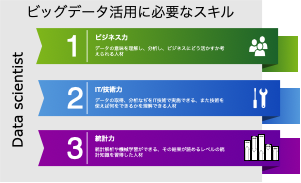
Earlier version of the draw.io export 名称未設定ファイル.png (motohalu/HelloGit). Source tidied: cells renumbered, new cells last; positions are measured from the earlier drawing's top-left corner, leaving out a move shared by most shapes.
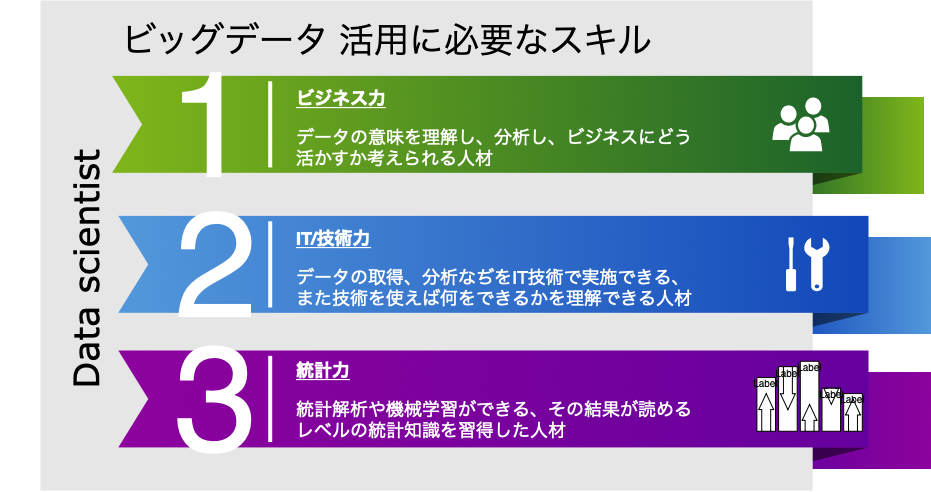
After the commit.

Commit message:
追加された 名称未設定ファイル.png

Change to the diagram source:
```diff
@@ -2,119 +2,125 @@
   <root>
     <mxCell id="0" style="html=1;" />
     <mxCell id="1" style="html=1;" parent="0" />
+    <mxCell id="40" style="group;" parent="1" vertex="1">
+      <mxGeometry y="180" width="930" height="490" as="geometry" />
+    </mxCell>
-    <mxCell id="2" style="whiteSpace=wrap;html=1;rounded=0;shadow=0;dashed=0;strokeWidth=1;fontFamily=Tahoma;fontSize=10;fontColor=#FFFFFF;strokeColor=none;fillColor=#7FB61A;gradientColor=#1B622A;gradientDirection=west;" parent="1" vertex="1">
-      <mxGeometry x="1250" y="180" width="240" height="180" as="geometry" />
+    <mxCell id="2" style="whiteSpace=wrap;html=1;rounded=0;shadow=0;dashed=0;strokeWidth=1;fontFamily=Tahoma;fontSize=10;fontColor=#FFFFFF;strokeColor=none;fillColor=#7FB61A;gradientColor=#1B622A;gradientDirection=west;" parent="40" vertex="1">
+      <mxGeometry x="775" y="96.9" width="148.8" height="96.9" as="geometry" />
     </mxCell>
-    <mxCell id="3" style="verticalLabelPosition=bottom;verticalAlign=top;html=1;strokeWidth=1;shape=mxgraph.basic.orthogonal_triangle;rounded=0;shadow=0;dashed=0;fontFamily=Tahoma;fontSize=10;fontColor=#FFFFFF;flipV=1;fillColor=#000000;strokeColor=none;opacity=50;" parent="1" vertex="1">
-      <mxGeometry x="1250" y="320" width="140" height="40" as="geometry" />
+    <mxCell id="3" style="verticalLabelPosition=bottom;verticalAlign=top;html=1;strokeWidth=1;shape=mxgraph.basic.orthogonal_triangle;rounded=0;shadow=0;dashed=0;fontFamily=Tahoma;fontSize=10;fontColor=#FFFFFF;flipV=1;fillColor=#000000;strokeColor=none;opacity=50;" parent="40" vertex="1">
+      <mxGeometry x="775" y="172.3" width="86.8" height="21.5" as="geometry" />
     </mxCell>
-    <mxCell id="4" style="whiteSpace=wrap;html=1;rounded=0;shadow=0;dashed=0;strokeWidth=1;fontFamily=Tahoma;fontSize=10;fontColor=#FFFFFF;strokeColor=none;fillColor=#5398DB;gradientColor=#1247B9;gradientDirection=west;" parent="1" vertex="1">
-      <mxGeometry x="1260" y="440" width="240" height="180" as="geometry" />
+    <mxCell id="4" style="whiteSpace=wrap;html=1;rounded=0;shadow=0;dashed=0;strokeWidth=1;fontFamily=Tahoma;fontSize=10;fontColor=#FFFFFF;strokeColor=none;fillColor=#5398DB;gradientColor=#1247B9;gradientDirection=west;" parent="40" vertex="1">
+      <mxGeometry x="781.2" y="236.9" width="148.8" height="96.9" as="geometry" />
     </mxCell>
-    <mxCell id="5" style="verticalLabelPosition=bottom;verticalAlign=top;html=1;strokeWidth=1;shape=mxgraph.basic.orthogonal_triangle;rounded=0;shadow=0;dashed=0;fontFamily=Tahoma;fontSize=10;fontColor=#FFFFFF;flipV=1;fillColor=#000000;strokeColor=none;opacity=50;" parent="1" vertex="1">
-      <mxGeometry x="1260" y="580" width="140" height="40" as="geometry" />
+    <mxCell id="5" style="verticalLabelPosition=bottom;verticalAlign=top;html=1;strokeWidth=1;shape=mxgraph.basic.orthogonal_triangle;rounded=0;shadow=0;dashed=0;fontFamily=Tahoma;fontSize=10;fontColor=#FFFFFF;flipV=1;fillColor=#000000;strokeColor=none;opacity=50;" parent="40" vertex="1">
+      <mxGeometry x="781.2" y="312.3" width="86.8" height="21.5" as="geometry" />
     </mxCell>
-    <mxCell id="6" style="whiteSpace=wrap;html=1;rounded=0;shadow=0;dashed=0;strokeWidth=1;fontFamily=Tahoma;fontSize=10;fontColor=#FFFFFF;strokeColor=none;fillColor=#8D029D;gradientColor=#65009E;gradientDirection=west;" parent="1" vertex="1">
-      <mxGeometry x="1260" y="690" width="240" height="180" as="geometry" />
+    <mxCell id="6" style="whiteSpace=wrap;html=1;rounded=0;shadow=0;dashed=0;strokeWidth=1;fontFamily=Tahoma;fontSize=10;fontColor=#FFFFFF;strokeColor=none;fillColor=#8D029D;gradientColor=#65009E;gradientDirection=west;" parent="40" vertex="1">
+      <mxGeometry x="781.2" y="371.5" width="148.8" height="96.9" as="geometry" />
     </mxCell>
-    <mxCell id="7" style="verticalLabelPosition=bottom;verticalAlign=top;html=1;strokeWidth=1;shape=mxgraph.basic.orthogonal_triangle;rounded=0;shadow=0;dashed=0;fontFamily=Tahoma;fontSize=10;fontColor=#FFFFFF;flipV=1;fillColor=#000000;strokeColor=none;opacity=50;" parent="1" vertex="1">
-      <mxGeometry x="1260" y="830" width="140" height="40" as="geometry" />
+    <mxCell id="7" style="verticalLabelPosition=bottom;verticalAlign=top;html=1;strokeWidth=1;shape=mxgraph.basic.orthogonal_triangle;rounded=0;shadow=0;dashed=0;fontFamily=Tahoma;fontSize=10;fontColor=#FFFFFF;flipV=1;fillColor=#000000;strokeColor=none;opacity=50;" parent="40" vertex="1">
+      <mxGeometry x="781.2" y="446.9" width="86.8" height="21.5" as="geometry" />
     </mxCell>
-    <mxCell id="8" value="ビッグデータ活用に必要なスキル" style="whiteSpace=wrap;html=1;rounded=0;shadow=0;dashed=0;strokeWidth=1;fillColor=#E6E6E6;fontFamily=Verdana;fontSize=70;strokeColor=none;verticalAlign=top;spacingTop=10;" parent="1" vertex="1">
-      <mxGeometry width="1310" height="910" as="geometry" />
+    <mxCell id="8" style="whiteSpace=wrap;html=1;rounded=0;shadow=0;dashed=0;strokeWidth=1;fillColor=#E6E6E6;fontFamily=Verdana;fontSize=70;strokeColor=none;verticalAlign=top;spacingTop=10;" parent="40" vertex="1">
+      <mxGeometry x="40" width="772.2" height="490" as="geometry" />
     </mxCell>
-    <mxCell id="9" style="html=1;shadow=0;dashed=0;align=center;verticalAlign=middle;shape=mxgraph.arrows2.arrow;dy=0;dx=0;notch=30;rounded=0;strokeColor=none;strokeWidth=1;fillColor=#7FB61A;fontFamily=Tahoma;fontSize=10;fontColor=#FFFFFF;gradientColor=#1B622A;gradientDirection=east;" parent="1" vertex="1">
-      <mxGeometry x="180" y="140" width="1210" height="180" as="geometry" />
+    <mxCell id="9" style="html=1;shadow=0;dashed=0;align=center;verticalAlign=middle;shape=mxgraph.arrows2.arrow;dy=0;dx=0;notch=30;rounded=0;strokeColor=none;strokeWidth=1;fillColor=#7FB61A;fontFamily=Tahoma;fontSize=10;fontColor=#FFFFFF;gradientColor=#1B622A;gradientDirection=east;" parent="40" vertex="1">
+      <mxGeometry x="111.6" y="75.4" width="750.2" height="96.9" as="geometry" />
     </mxCell>
-    <mxCell id="10" style="html=1;shadow=0;dashed=0;align=center;verticalAlign=middle;shape=mxgraph.arrows2.arrow;dy=0;dx=0;notch=30;rounded=0;strokeColor=none;strokeWidth=1;fillColor=#5398DB;fontFamily=Tahoma;fontSize=10;fontColor=#FFFFFF;gradientColor=#1247B9;gradientDirection=east;" parent="1" vertex="1">
-      <mxGeometry x="190" y="400" width="1210" height="180" as="geometry" />
+    <mxCell id="10" style="html=1;shadow=0;dashed=0;align=center;verticalAlign=middle;shape=mxgraph.arrows2.arrow;dy=0;dx=0;notch=30;rounded=0;strokeColor=none;strokeWidth=1;fillColor=#5398DB;fontFamily=Tahoma;fontSize=10;fontColor=#FFFFFF;gradientColor=#1247B9;gradientDirection=east;" parent="40" vertex="1">
+      <mxGeometry x="117.8" y="215.4" width="750.2" height="96.9" as="geometry" />
     </mxCell>
-    <mxCell id="11" style="html=1;shadow=0;dashed=0;align=center;verticalAlign=middle;shape=mxgraph.arrows2.arrow;dy=0;dx=0;notch=30;rounded=0;strokeColor=none;strokeWidth=1;fillColor=#8D029D;fontFamily=Tahoma;fontSize=10;fontColor=#FFFFFF;gradientColor=#65009E;gradientDirection=east;" parent="1" vertex="1">
-      <mxGeometry x="190" y="650" width="1210" height="180" as="geometry" />
+    <mxCell id="11" style="html=1;shadow=0;dashed=0;align=center;verticalAlign=middle;shape=mxgraph.arrows2.arrow;dy=0;dx=0;notch=30;rounded=0;strokeColor=none;strokeWidth=1;fillColor=#8D029D;fontFamily=Tahoma;fontSize=10;fontColor=#FFFFFF;gradientColor=#65009E;gradientDirection=east;" parent="40" vertex="1">
+      <mxGeometry x="117.8" y="350" width="750.2" height="96.9" as="geometry" />
     </mxCell>
-    <mxCell id="12" value="Data scientist" style="text;html=1;strokeColor=none;fillColor=none;align=center;verticalAlign=middle;whiteSpace=wrap;rounded=0;shadow=0;dashed=0;fontFamily=Verdana;fontSize=70;horizontal=0;" parent="1" vertex="1">
-      <mxGeometry x="20" y="170" width="130" height="660" as="geometry" />
+    <mxCell id="12" value="&lt;font style=&quot;font-size: 35px&quot;&gt;Data scientist&lt;/font&gt;" style="text;html=1;strokeColor=none;fillColor=none;align=center;verticalAlign=middle;whiteSpace=wrap;rounded=0;shadow=0;dashed=0;fontFamily=Verdana;fontSize=70;horizontal=0;" parent="40" vertex="1">
+      <mxGeometry x="31" y="91.5" width="80.6" height="355.4" as="geometry" />
     </mxCell>
-    <mxCell id="13" value="1" style="text;html=1;strokeColor=none;fillColor=none;align=right;verticalAlign=middle;whiteSpace=wrap;rounded=0;shadow=0;dashed=0;fontFamily=Helvetica;fontSize=150;fontColor=#FFFFFF;" parent="1" vertex="1">
-      <mxGeometry x="210" y="140" width="200" height="180" as="geometry" />
+    <mxCell id="13" value="1" style="text;html=1;strokeColor=none;fillColor=none;align=right;verticalAlign=middle;whiteSpace=wrap;rounded=0;shadow=0;dashed=0;fontFamily=Helvetica;fontSize=150;fontColor=#FFFFFF;" parent="40" vertex="1">
+      <mxGeometry x="130.2" y="75.4" width="124" height="96.9" as="geometry" />
     </mxCell>
-    <mxCell id="14" value="2" style="text;html=1;strokeColor=none;fillColor=none;align=right;verticalAlign=middle;whiteSpace=wrap;rounded=0;shadow=0;dashed=0;fontFamily=Helvetica;fontSize=150;fontColor=#FFFFFF;" parent="1" vertex="1">
-      <mxGeometry x="220" y="400" width="200" height="180" as="geometry" />
+    <mxCell id="14" value="2" style="text;html=1;strokeColor=none;fillColor=none;align=right;verticalAlign=middle;whiteSpace=wrap;rounded=0;shadow=0;dashed=0;fontFamily=Helvetica;fontSize=150;fontColor=#FFFFFF;" parent="40" vertex="1">
+      <mxGeometry x="136.4" y="215.4" width="124" height="96.9" as="geometry" />
     </mxCell>
-    <mxCell id="15" value="3" style="text;html=1;strokeColor=none;fillColor=none;align=right;verticalAlign=middle;whiteSpace=wrap;rounded=0;shadow=0;dashed=0;fontFamily=Helvetica;fontSize=150;fontColor=#FFFFFF;" parent="1" vertex="1">
-      <mxGeometry x="220" y="650" width="200" height="180" as="geometry" />
+    <mxCell id="15" value="3" style="text;html=1;strokeColor=none;fillColor=none;align=right;verticalAlign=middle;whiteSpace=wrap;rounded=0;shadow=0;dashed=0;fontFamily=Helvetica;fontSize=150;fontColor=#FFFFFF;" parent="40" vertex="1">
+      <mxGeometry x="136.4" y="350" width="124" height="96.9" as="geometry" />
     </mxCell>
-    <mxCell id="16" style="line;strokeWidth=4;direction=south;html=1;rounded=0;shadow=0;dashed=0;fillColor=none;gradientColor=#AD0002;fontFamily=Helvetica;fontSize=150;fontColor=#FFFFFF;align=right;strokeColor=#FFFFFF;" parent="1" vertex="1">
-      <mxGeometry x="430" y="150" width="10" height="160" as="geometry" />
+    <mxCell id="16" style="line;strokeWidth=4;direction=south;html=1;rounded=0;shadow=0;dashed=0;fillColor=none;gradientColor=#AD0002;fontFamily=Helvetica;fontSize=150;fontColor=#FFFFFF;align=right;strokeColor=#FFFFFF;" parent="40" vertex="1">
+      <mxGeometry x="266.6" y="80.8" width="6.2" height="86.2" as="geometry" />
     </mxCell>
-    <mxCell id="17" style="line;strokeWidth=4;direction=south;html=1;rounded=0;shadow=0;dashed=0;fillColor=none;gradientColor=#AD0002;fontFamily=Helvetica;fontSize=150;fontColor=#FFFFFF;align=right;strokeColor=#FFFFFF;" parent="1" vertex="1">
-      <mxGeometry x="430" y="410" width="10" height="160" as="geometry" />
+    <mxCell id="17" style="line;strokeWidth=4;direction=south;html=1;rounded=0;shadow=0;dashed=0;fillColor=none;gradientColor=#AD0002;fontFamily=Helvetica;fontSize=150;fontColor=#FFFFFF;align=right;strokeColor=#FFFFFF;" parent="40" vertex="1">
+      <mxGeometry x="266.6" y="220.8" width="6.2" height="86.2" as="geometry" />
     </mxCell>
-    <mxCell id="18" style="line;strokeWidth=4;direction=south;html=1;rounded=0;shadow=0;dashed=0;fillColor=none;gradientColor=#AD0002;fontFamily=Helvetica;fontSize=150;fontColor=#FFFFFF;align=right;strokeColor=#FFFFFF;" parent="1" vertex="1">
-      <mxGeometry x="430" y="660" width="10" height="160" as="geometry" />
+    <mxCell id="18" style="line;strokeWidth=4;direction=south;html=1;rounded=0;shadow=0;dashed=0;fillColor=none;gradientColor=#AD0002;fontFamily=Helvetica;fontSize=150;fontColor=#FFFFFF;align=right;strokeColor=#FFFFFF;" parent="40" vertex="1">
+      <mxGeometry x="266.6" y="355.4" width="6.2" height="86.2" as="geometry" />
     </mxCell>
-    <mxCell id="19" value="&lt;h1&gt;&lt;font style=&quot;font-size: 33px&quot;&gt;ビジネス力&lt;/font&gt;&lt;/h1&gt;&lt;p&gt;&lt;font size=&quot;5&quot;&gt;データの意味を理解し、分析し、ビジネスにどう活かすか考えられる人材&lt;/font&gt;&lt;/p&gt;" style="text;html=1;strokeColor=none;fillColor=none;spacing=5;spacingTop=-20;whiteSpace=wrap;overflow=hidden;rounded=0;shadow=0;dashed=0;fontFamily=Helvetica;fontSize=15;fontColor=#FFFFFF;align=left;" parent="1" vertex="1">
-      <mxGeometry x="470" y="160" width="670" height="140" as="geometry" />
+    <mxCell id="19" value="&lt;h1 style=&quot;font-size: 18px&quot;&gt;&lt;font style=&quot;font-size: 18px&quot;&gt;&lt;u&gt;ビジネス力&lt;/u&gt;&lt;/font&gt;&lt;/h1&gt;&lt;p style=&quot;font-size: 18px&quot;&gt;&lt;font style=&quot;font-size: 18px&quot;&gt;データの意味を理解し、分析し、ビジネスにどう活かすか考えられる人材&lt;/font&gt;&lt;/p&gt;" style="text;html=1;strokeColor=none;fillColor=none;spacing=5;spacingTop=-20;whiteSpace=wrap;overflow=hidden;rounded=0;shadow=0;dashed=0;fontFamily=Helvetica;fontSize=18;fontColor=#FFFFFF;align=left;" parent="40" vertex="1">
+      <mxGeometry x="291.4" y="86.2" width="415.4" height="83.8" as="geometry" />
     </mxCell>
-    <mxCell id="20" style="shadow=0;dashed=0;html=1;strokeColor=none;fillColor=#FFFFFF;labelPosition=center;verticalLabelPosition=bottom;verticalAlign=top;shape=mxgraph.office.users.users;rounded=0;fontFamily=Helvetica;fontSize=12;fontColor=#FFFFFF;align=left;" parent="1" vertex="1">
-      <mxGeometry x="1245" y="180" width="92" height="100" as="geometry" />
+    <mxCell id="20" style="shadow=0;dashed=0;html=1;strokeColor=none;fillColor=#FFFFFF;labelPosition=center;verticalLabelPosition=bottom;verticalAlign=top;shape=mxgraph.office.users.users;rounded=0;fontFamily=Helvetica;fontSize=12;fontColor=#FFFFFF;align=left;" parent="40" vertex="1">
+      <mxGeometry x="771.9" y="96.9" width="57" height="53.8" as="geometry" />
     </mxCell>
-    <mxCell id="21" style="shadow=0;dashed=0;html=1;strokeColor=none;fillColor=#FFFFFF;labelPosition=center;verticalLabelPosition=bottom;verticalAlign=top;shape=mxgraph.office.concepts.maintenance;rounded=0;fontFamily=Helvetica;fontSize=12;fontColor=#FFFFFF;align=left;" parent="1" vertex="1">
-      <mxGeometry x="1267" y="440" width="70" height="100" as="geometry" />
+    <mxCell id="21" style="shadow=0;dashed=0;html=1;strokeColor=none;fillColor=#FFFFFF;labelPosition=center;verticalLabelPosition=bottom;verticalAlign=top;shape=mxgraph.office.concepts.maintenance;rounded=0;fontFamily=Helvetica;fontSize=12;fontColor=#FFFFFF;align=left;" parent="40" vertex="1">
+      <mxGeometry x="785.5" y="236.9" width="43.4" height="53.8" as="geometry" />
     </mxCell>
-    <mxCell id="22" style="group;" parent="1" vertex="1">
-      <mxGeometry x="1220" y="670" width="170" height="130" as="geometry" />
+    <mxCell id="22" style="group;" parent="40" vertex="1">
+      <mxGeometry x="756.4" y="360.8" width="105.4" height="70" as="geometry" />
     </mxCell>
     <mxCell id="23" parent="22" vertex="1">
-      <mxGeometry y="30" width="30" height="100" as="geometry" />
+      <mxGeometry y="16.2" width="18.6" height="53.8" as="geometry" />
     </mxCell>
     <mxCell id="24" style="shape=mxgraph.arrows2.arrow;dy=0.4;dx=16;notch=0;direction=north;" parent="23" vertex="1">
-      <mxGeometry x="3" y="30" width="24" height="70" as="geometry" />
+      <mxGeometry x="1.9" y="16.2" width="14.9" height="37.7" as="geometry" />
     </mxCell>
     <mxCell id="25" value="Label" style="text;html=1;align=center;verticalAlign=middle;whiteSpace=wrap;fontSize=10;" parent="23" vertex="1">
-      <mxGeometry width="30" height="20" as="geometry" />
+      <mxGeometry width="18.6" height="10.8" as="geometry" />
     </mxCell>
     <mxCell id="26" parent="22" vertex="1">
-      <mxGeometry x="35" y="10" width="30" height="120" as="geometry" />
+      <mxGeometry x="21.7" y="5.4" width="18.6" height="64.6" as="geometry" />
     </mxCell>
     <mxCell id="27" style="shape=mxgraph.arrows2.arrow;dy=0.4;dx=16;notch=0;direction=south;" parent="26" vertex="1">
-      <mxGeometry x="3" width="24" height="80" as="geometry" />
+      <mxGeometry x="1.9" width="14.9" height="43.1" as="geometry" />
     </mxCell>
     <mxCell id="28" value="Label" style="text;html=1;align=center;verticalAlign=middle;whiteSpace=wrap;fontSize=10;" parent="26" vertex="1">
-      <mxGeometry width="30" height="20" as="geometry" />
+      <mxGeometry width="18.6" height="10.8" as="geometry" />
     </mxCell>
     <mxCell id="29" parent="22" vertex="1">
-      <mxGeometry x="70" width="30" height="130" as="geometry" />
+      <mxGeometry x="43.4" width="18.6" height="70" as="geometry" />
     </mxCell>
     <mxCell id="30" style="shape=mxgraph.arrows2.arrow;dy=0.4;dx=16;notch=0;direction=north;" parent="29" vertex="1">
-      <mxGeometry x="3" y="80" width="24" height="50" as="geometry" />
+      <mxGeometry x="1.9" y="43.1" width="14.9" height="26.9" as="geometry" />
     </mxCell>
     <mxCell id="31" value="Label" style="text;html=1;align=center;verticalAlign=middle;whiteSpace=wrap;fontSize=10;" parent="29" vertex="1">
-      <mxGeometry width="30" height="20" as="geometry" />
+      <mxGeometry width="18.6" height="10.8" as="geometry" />
     </mxCell>
     <mxCell id="32" parent="22" vertex="1">
-      <mxGeometry x="105" y="50" width="30" height="80" as="geometry" />
+      <mxGeometry x="65.1" y="26.9" width="18.6" height="43.1" as="geometry" />
     </mxCell>
     <mxCell id="33" style="shape=mxgraph.arrows2.arrow;dy=0.4;dx=16;notch=0;direction=south;" parent="32" vertex="1">
-      <mxGeometry x="3" width="24" height="30" as="geometry" />
+      <mxGeometry x="1.9" width="14.9" height="16.2" as="geometry" />
     </mxCell>
     <mxCell id="34" value="Label" style="text;html=1;align=center;verticalAlign=middle;whiteSpace=wrap;fontSize=10;" parent="32" vertex="1">
-      <mxGeometry width="30" height="20" as="geometry" />
+      <mxGeometry width="18.6" height="10.8" as="geometry" />
     </mxCell>
     <mxCell id="35" parent="22" vertex="1">
-      <mxGeometry x="140" y="60" width="30" height="70" as="geometry" />
+      <mxGeometry x="86.8" y="32.3" width="18.6" height="37.7" as="geometry" />
     </mxCell>
     <mxCell id="36" style="shape=mxgraph.arrows2.arrow;dy=0.4;dx=16;notch=0;direction=north;" parent="35" vertex="1">
-      <mxGeometry x="3" y="10" width="24" height="60" as="geometry" />
+      <mxGeometry x="1.9" y="5.4" width="14.9" height="32.3" as="geometry" />
     </mxCell>
     <mxCell id="37" value="Label" style="text;html=1;align=center;verticalAlign=middle;whiteSpace=wrap;fontSize=10;" parent="35" vertex="1">
-      <mxGeometry width="30" height="20" as="geometry" />
+      <mxGeometry width="18.6" height="10.8" as="geometry" />
     </mxCell>
-    <mxCell id="38" value="&lt;h1&gt;&lt;span style=&quot;font-size: 33px&quot;&gt;IT/技術力&lt;/span&gt;&lt;/h1&gt;&lt;p&gt;&lt;font size=&quot;5&quot;&gt;データの取得、分析なぢをIT技術で実施できる、また技術を使えば何をできるかを理解できる人材&lt;/font&gt;&lt;/p&gt;" style="text;html=1;strokeColor=none;fillColor=none;spacing=5;spacingTop=-20;whiteSpace=wrap;overflow=hidden;rounded=0;shadow=0;dashed=0;fontFamily=Helvetica;fontSize=15;fontColor=#FFFFFF;align=left;" parent="1" vertex="1">
-      <mxGeometry x="470" y="420" width="670" height="140" as="geometry" />
+    <mxCell id="38" value="&lt;h1 style=&quot;font-size: 18px&quot;&gt;&lt;font style=&quot;font-size: 18px&quot;&gt;&lt;u&gt;IT/技術力&lt;/u&gt;&lt;/font&gt;&lt;/h1&gt;&lt;p style=&quot;font-size: 18px&quot;&gt;&lt;font style=&quot;font-size: 18px&quot;&gt;データの取得、分析なぢをIT技術で実施できる、また技術を使えば何をできるかを理解できる人材&lt;/font&gt;&lt;/p&gt;" style="text;html=1;strokeColor=none;fillColor=none;spacing=5;spacingTop=-20;whiteSpace=wrap;overflow=hidden;rounded=0;shadow=0;dashed=0;fontFamily=Helvetica;fontSize=18;fontColor=#FFFFFF;align=left;" parent="40" vertex="1">
+      <mxGeometry x="291.4" y="226.2" width="415.4" height="83.8" as="geometry" />
     </mxCell>
-    <mxCell id="39" value="&lt;h1&gt;&lt;span style=&quot;font-size: 33px&quot;&gt;統計力&lt;/span&gt;&lt;/h1&gt;&lt;p&gt;&lt;font size=&quot;5&quot;&gt;統計解析や機械学習ができる、その結果が読めるレベルの統計知識を習得した人材&lt;/font&gt;&lt;/p&gt;" style="text;html=1;strokeColor=none;fillColor=none;spacing=5;spacingTop=-20;whiteSpace=wrap;overflow=hidden;rounded=0;shadow=0;dashed=0;fontFamily=Helvetica;fontSize=15;fontColor=#FFFFFF;align=left;" parent="1" vertex="1">
-      <mxGeometry x="470" y="665" width="670" height="140" as="geometry" />
+    <mxCell id="39" value="&lt;h1 style=&quot;font-size: 18px&quot;&gt;&lt;font style=&quot;font-size: 18px&quot;&gt;&lt;u&gt;統計力&lt;/u&gt;&lt;/font&gt;&lt;/h1&gt;&lt;p style=&quot;font-size: 18px&quot;&gt;&lt;font style=&quot;font-size: 18px&quot;&gt;統計解析や機械学習ができる、その結果が読めるレベルの統計知識を習得した人材&lt;/font&gt;&lt;/p&gt;" style="text;html=1;strokeColor=none;fillColor=none;spacing=5;spacingTop=-20;whiteSpace=wrap;overflow=hidden;rounded=0;shadow=0;dashed=0;fontFamily=Helvetica;fontSize=18;fontColor=#FFFFFF;align=left;" parent="40" vertex="1">
+      <mxGeometry x="291.4" y="358.1" width="415.4" height="81.9" as="geometry" />
     </mxCell>
+    <mxCell id="41" value="ビッグデータ 活用に必要なスキル" style="text;html=1;strokeColor=none;fillColor=none;align=center;verticalAlign=middle;whiteSpace=wrap;rounded=0;fontSize=35;" parent="40" vertex="1">
+      <mxGeometry x="111.6" y="30" width="553.6" height="20" as="geometry" />
+    </mxCell>
   </root>
 </mxGraphModel>
```
